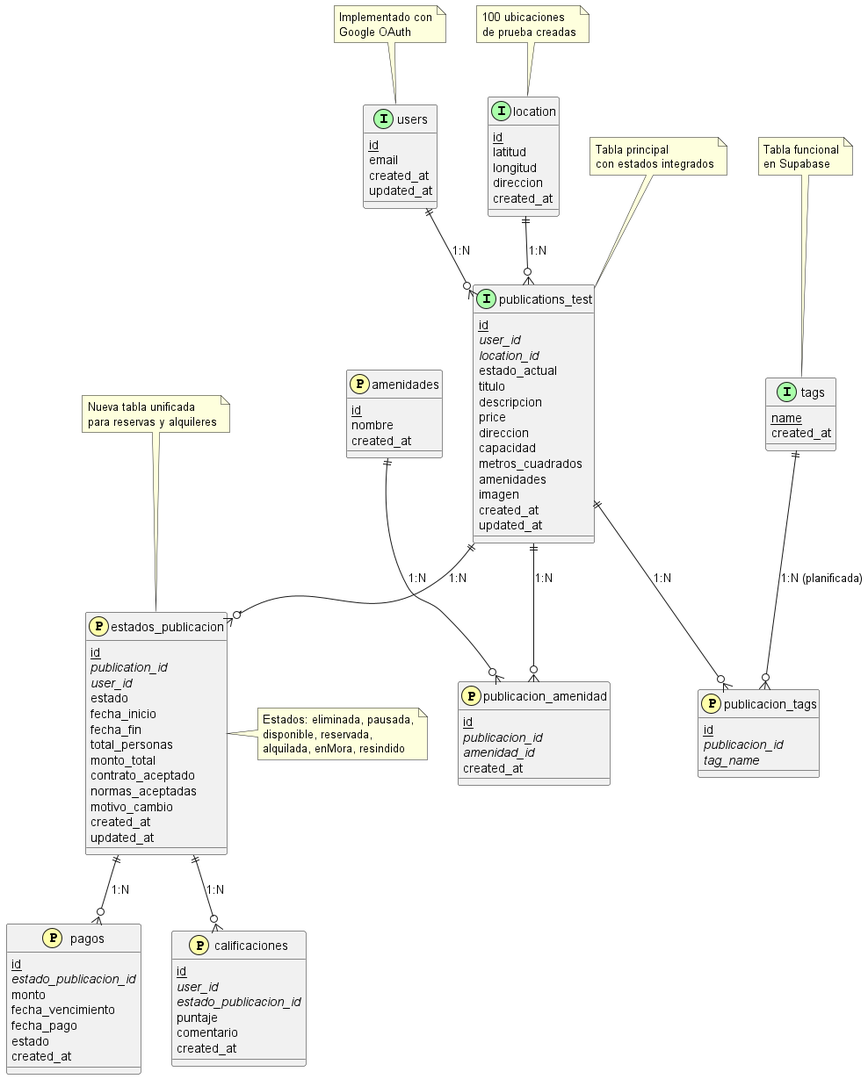
Above: src/diagrams/entidad_relacion.png in FacuDemarchi/residencias (PlantUML), before the change.
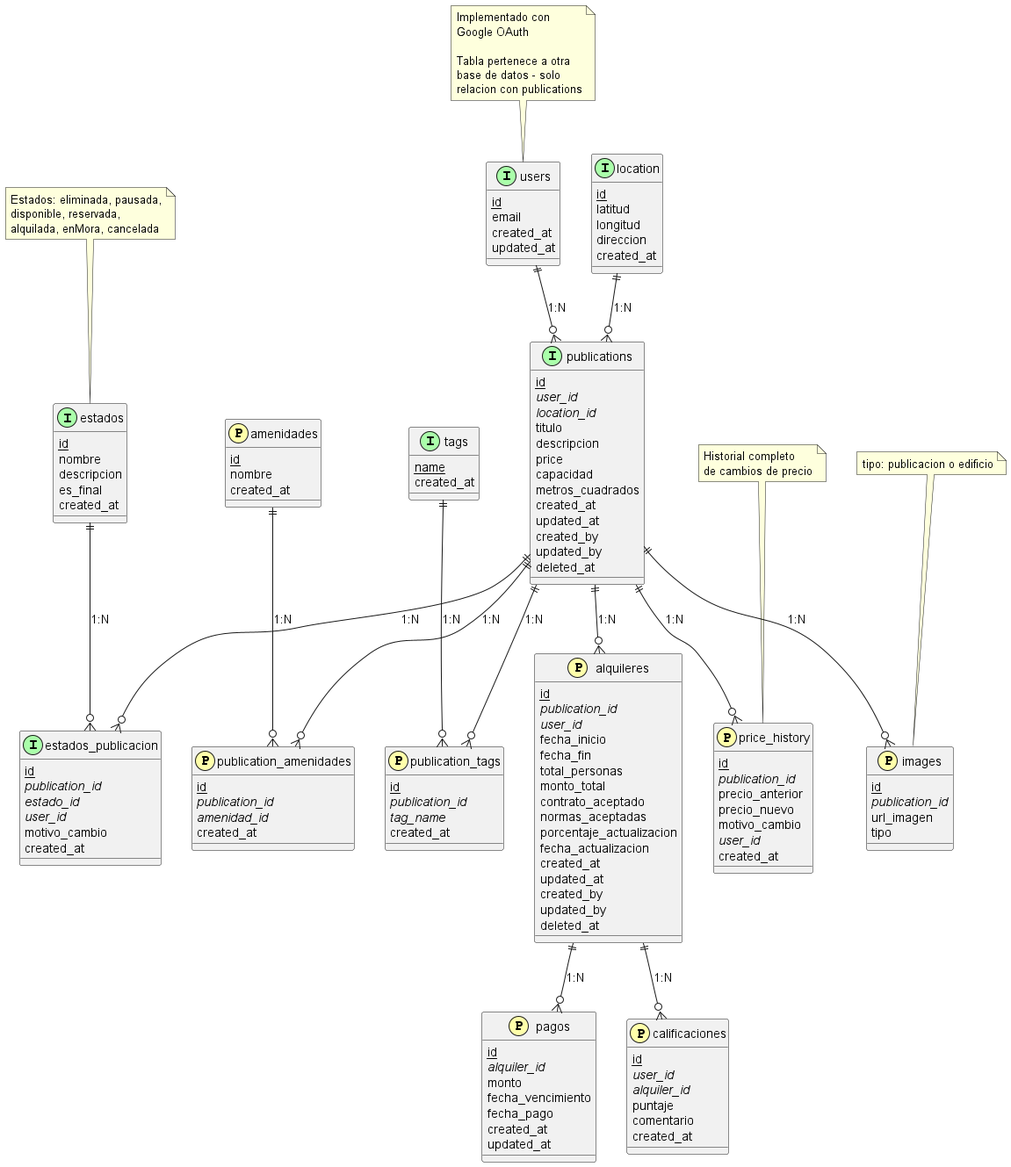
Above is the later version.

Commit message:
Actualiza la imagen del diagrama de entidad-relación para reflejar cambios recientes en la estructura de datos, mejorando así la documentación visual del proyecto.

Diff of the diagram source:
```diff
@@ -5,6 +5,7 @@
 !define foreign_key(x) <i>x</i>
 !define implemented(x) class x << (I,#AAFFAA) >>
 !define planned(x) class x << (P,#FFFFAA) >>
+
 
 implemented(users) {
   primary_key(id)
@@ -18,8 +19,6 @@
   created_at
 }
 
-
-
 implemented(location) {
   primary_key(id)
   latitud
@@ -28,38 +27,82 @@
   created_at
 }
 
-implemented(publications_test) {
+
+
+implemented(publications) {
   primary_key(id)
   foreign_key(user_id)
   foreign_key(location_id)
-  estado_actual
   titulo
   descripcion
   price
-  direccion
   capacidad
   metros_cuadrados
-  amenidades
-  imagen
   created_at
   updated_at
+  created_by
+  updated_by
+  deleted_at
 }
 
-planned(estados_publicacion) {
+
+implemented(estados) {
+  primary_key(id)
+  nombre
+  descripcion
+  es_final
+  created_at
+}
+
+implemented(estados_publicacion) {
+  primary_key(id)
+  foreign_key(publication_id)
+  foreign_key(estado_id)
+  foreign_key(user_id)
+  motivo_cambio
+  created_at
+}
+
+
+planned(alquileres) {
   primary_key(id)
   foreign_key(publication_id)
   foreign_key(user_id)
-  estado
   fecha_inicio
   fecha_fin
   total_personas
   monto_total
   contrato_aceptado
   normas_aceptadas
-  motivo_cambio
+  porcentaje_actualizacion
+  fecha_actualizacion
+  created_at
+  updated_at
+  created_by
+  updated_by
+  deleted_at
+}
+
+
+planned(pagos) {
+  primary_key(id)
+  foreign_key(alquiler_id)
+  monto
+  fecha_vencimiento
+  fecha_pago
   created_at
   updated_at
 }
+
+planned(calificaciones) {
+  primary_key(id)
+  foreign_key(user_id)
+  foreign_key(alquiler_id)
+  puntaje
+  comentario
+  created_at
+}
+
 
 planned(amenidades) {
   primary_key(id)
@@ -67,56 +110,67 @@
   created_at
 }
 
-planned(publicacion_amenidad) {
+planned(publication_amenidades) {
   primary_key(id)
-  foreign_key(publicacion_id)
+  foreign_key(publication_id)
   foreign_key(amenidad_id)
   created_at
 }
 
-planned(pagos) {
+
+planned(publication_tags) {
   primary_key(id)
-  foreign_key(estado_publicacion_id)
-  monto
-  fecha_vencimiento
-  fecha_pago
-  estado
+  foreign_key(publication_id)
+  foreign_key(tag_name)
   created_at
 }
 
-planned(calificaciones) {
+
+planned(price_history) {
   primary_key(id)
+  foreign_key(publication_id)
+  precio_anterior
+  precio_nuevo
+  motivo_cambio
   foreign_key(user_id)
-  foreign_key(estado_publicacion_id)
-  puntaje
-  comentario
   created_at
 }
 
-planned(publicacion_tags) {
+
+planned(images) {
   primary_key(id)
-  foreign_key(publicacion_id)
-  foreign_key(tag_name)
+  foreign_key(publication_id)
+  url_imagen
+  tipo
 }
 
-tags ||--o{ publicacion_tags : "1:N (planificada)"
 
-users ||--o{ publications_test : "1:N"
-location ||--o{ publications_test : "1:N"
+users ||--o{ publications : "1:N"
+location ||--o{ publications : "1:N"
 
-publications_test ||--o{ estados_publicacion : "1:N"
-estados_publicacion ||--o{ pagos : "1:N"
-estados_publicacion ||--o{ calificaciones : "1:N"
+estados ||--o{ estados_publicacion : "1:N"
+publications ||--o{ estados_publicacion : "1:N"
 
-publications_test ||--o{ publicacion_tags : "1:N"
-publications_test ||--o{ publicacion_amenidad : "1:N"
-amenidades ||--o{ publicacion_amenidad : "1:N"
+publications ||--o{ alquileres : "1:N"
+alquileres ||--o{ pagos : "1:N"
+alquileres ||--o{ calificaciones : "1:N"
 
-note top of users : Implementado con\nGoogle OAuth
-note top of tags : Tabla funcional\nen Supabase
-note top of location : 100 ubicaciones\nde prueba creadas
-note top of publications_test : Tabla principal\ncon estados integrados
-note top of estados_publicacion : Nueva tabla unificada\npara reservas y alquileres
-note right of estados_publicacion : Estados: eliminada, pausada,\ndisponible, reservada,\nalquilada, enMora, resindido
+
+publications ||--o{ publication_amenidades : "1:N"
+amenidades ||--o{ publication_amenidades : "1:N"
+
+publications ||--o{ publication_tags : "1:N"
+tags ||--o{ publication_tags : "1:N"
+
+
+publications ||--o{ price_history : "1:N"
+
+publications ||--o{ images : "1:N"
+
+
+note top of users : Implementado con\nGoogle OAuth\n\nTabla pertenece a otra\nbase de datos - solo\nrelacion con publications
+note top of estados : Estados: eliminada, pausada,\ndisponible, reservada,\nalquilada, enMora, cancelada
+note top of price_history : Historial completo\nde cambios de precio
+note top of images : tipo: publicacion o edificio
 
 @enduml
```
